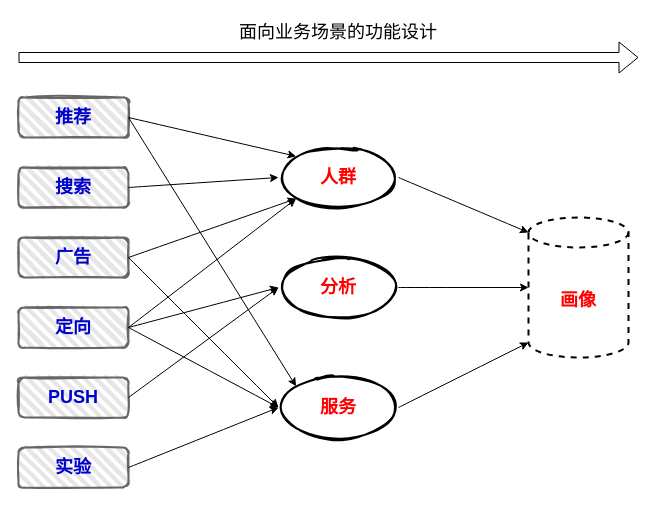
This is km_tx_2.drawio from learn2Pro/draw_io_save, a draw.io file, before an edit. Source tidied: cells renumbered, new cells numbered last; positions are measured from the earlier drawing's top-left corner, leaving out a move shared by most shapes. Both pictures are drawn from the tidied source at 100%, with x=0, y=0 at pixel (18, 17).
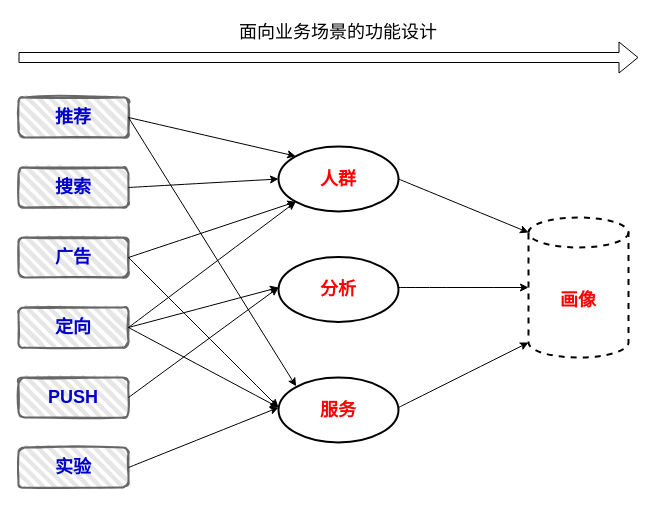
Above is the later version.

The change refers to these unchanged cells:
```xml
<mxCell id="2" value="&lt;font style=&quot;font-size: 18px&quot; color=&quot;#0000cc&quot;&gt;&lt;b&gt;推荐&lt;/b&gt;&lt;/font&gt;" style="rounded=1;whiteSpace=wrap;html=1;strokeWidth=2;fillWeight=4;hachureGap=8;hachureAngle=45;fillColor=#E6E6E6;sketch=1;fontColor=#333333;strokeColor=#666666;" parent="1" vertex="1">
  <mxGeometry y="80" width="110" height="40" as="geometry" />
</mxCell>
<mxCell id="4" value="&lt;font color=&quot;#0000cc&quot;&gt;&lt;span style=&quot;font-size: 18px&quot;&gt;&lt;b&gt;广告&lt;/b&gt;&lt;/span&gt;&lt;/font&gt;" style="rounded=1;whiteSpace=wrap;html=1;strokeWidth=2;fillWeight=4;hachureGap=8;hachureAngle=45;fillColor=#E6E6E6;sketch=1;fontColor=#333333;strokeColor=#666666;" parent="1" vertex="1">
  <mxGeometry y="220" width="110" height="40" as="geometry" />
</mxCell>
<mxCell id="5" value="&lt;font color=&quot;#0000cc&quot;&gt;&lt;span style=&quot;font-size: 18px&quot;&gt;&lt;b&gt;定向&lt;/b&gt;&lt;/span&gt;&lt;/font&gt;" style="rounded=1;whiteSpace=wrap;html=1;strokeWidth=2;fillWeight=4;hachureGap=8;hachureAngle=45;fillColor=#E6E6E6;sketch=1;fontColor=#333333;strokeColor=#666666;" parent="1" vertex="1">
  <mxGeometry y="290" width="110" height="40" as="geometry" />
</mxCell>
<mxCell id="6" value="&lt;font color=&quot;#0000cc&quot;&gt;&lt;span style=&quot;font-size: 18px&quot;&gt;&lt;b&gt;PUSH&lt;/b&gt;&lt;/span&gt;&lt;/font&gt;" style="rounded=1;whiteSpace=wrap;html=1;strokeWidth=2;fillWeight=4;hachureGap=8;hachureAngle=45;fillColor=#E6E6E6;sketch=1;fontColor=#333333;strokeColor=#666666;" parent="1" vertex="1">
  <mxGeometry y="360" width="110" height="40" as="geometry" />
</mxCell>
<mxCell id="7" value="&lt;font color=&quot;#0000cc&quot;&gt;&lt;span style=&quot;font-size: 18px&quot;&gt;&lt;b&gt;实验&lt;/b&gt;&lt;/span&gt;&lt;/font&gt;" style="rounded=1;whiteSpace=wrap;html=1;strokeWidth=2;fillWeight=4;hachureGap=8;hachureAngle=45;fillColor=#E6E6E6;sketch=1;fontColor=#333333;strokeColor=#666666;" parent="1" vertex="1">
  <mxGeometry y="430" width="110" height="40" as="geometry" />
</mxCell>
<mxCell id="21" value="&lt;b&gt;画像&lt;/b&gt;" style="shape=cylinder3;whiteSpace=wrap;html=1;boundedLbl=1;backgroundOutline=1;size=15;fontSize=18;fontColor=#FF0000;strokeColor=#000000;fillColor=#FFFFFF;strokeWidth=2;dashed=1;" parent="1" vertex="1">
  <mxGeometry x="510" y="200" width="100" height="140" as="geometry" />
</mxCell>
```

Change to the diagram source:
```diff
@@
-    <mxCell id="8" value="&lt;font color=&quot;#ff0000&quot;&gt;&lt;b&gt;人群&lt;/b&gt;&lt;/font&gt;" style="ellipse;whiteSpace=wrap;html=1;strokeWidth=2;fillWeight=2;hachureGap=8;fillColor=#FFFFFF;fillStyle=dots;sketch=1;fontSize=18;fontColor=#0000CC;" parent="1" vertex="1">
-      <mxGeometry x="260" y="130" width="120" height="60" as="geometry" />
-    </mxCell>
-    <mxCell id="9" value="&lt;font color=&quot;#ff0000&quot;&gt;&lt;b&gt;分析&lt;/b&gt;&lt;/font&gt;" style="ellipse;whiteSpace=wrap;html=1;strokeWidth=2;fillWeight=2;hachureGap=8;fillColor=#FFFFFF;fillStyle=dots;sketch=1;fontSize=18;fontColor=#0000CC;" parent="1" vertex="1">
-      <mxGeometry x="260" y="240" width="120" height="60" as="geometry" />
-    </mxCell>
-    <mxCell id="10" value="&lt;font color=&quot;#ff0000&quot;&gt;&lt;b&gt;服务&lt;/b&gt;&lt;/font&gt;" style="ellipse;whiteSpace=wrap;html=1;strokeWidth=2;fillWeight=2;hachureGap=8;fillColor=#FFFFFF;fillStyle=dots;sketch=1;fontSize=18;fontColor=#0000CC;strokeColor=#000000;" parent="1" vertex="1">
-      <mxGeometry x="260" y="360" width="120" height="60" as="geometry" />
-    </mxCell>
@@
-    <mxCell id="14" style="endArrow=classic;html=1;rounded=0;fontSize=18;fontColor=#FF0000;curved=1;exitX=1;exitY=0.5;exitDx=0;exitDy=0;entryX=0;entryY=0.5;entryDx=0;entryDy=0;" parent="1" edge="1" source="5" target="10">
-      <mxGeometry relative="1" as="geometry" />
+    <mxCell id="14" style="endArrow=classic;html=1;rounded=0;fontSize=18;fontColor=#FF0000;curved=1;exitX=1;exitY=0.5;exitDx=0;exitDy=0;entryX=0;entryY=0.5;entryDx=0;entryDy=0;" parent="1" edge="1" source="5">
+      <mxGeometry relative="1" as="geometry">
+        <mxPoint x="260" y="390" as="targetPoint" />
+      </mxGeometry>
     </mxCell>
-    <mxCell id="15" style="endArrow=classic;html=1;rounded=0;fontSize=18;fontColor=#FF0000;curved=1;exitX=1;exitY=0.5;exitDx=0;exitDy=0;entryX=0;entryY=0.5;entryDx=0;entryDy=0;" parent="1" edge="1" source="6" target="9">
-      <mxGeometry relative="1" as="geometry" />
+    <mxCell id="15" style="endArrow=classic;html=1;rounded=0;fontSize=18;fontColor=#FF0000;curved=1;exitX=1;exitY=0.5;exitDx=0;exitDy=0;entryX=0;entryY=0.5;entryDx=0;entryDy=0;" parent="1" edge="1" source="6">
+      <mxGeometry relative="1" as="geometry">
+        <mxPoint x="260" y="270" as="targetPoint" />
+      </mxGeometry>
     </mxCell>
-    <mxCell id="16" style="endArrow=classic;html=1;rounded=0;fontSize=18;fontColor=#FF0000;curved=1;exitX=1;exitY=0.5;exitDx=0;exitDy=0;entryX=0;entryY=0.5;entryDx=0;entryDy=0;" parent="1" edge="1" source="7" target="10">
-      <mxGeometry relative="1" as="geometry" />
+    <mxCell id="16" style="endArrow=classic;html=1;rounded=0;fontSize=18;fontColor=#FF0000;curved=1;exitX=1;exitY=0.5;exitDx=0;exitDy=0;entryX=0;entryY=0.5;entryDx=0;entryDy=0;" parent="1" edge="1" source="7">
+      <mxGeometry relative="1" as="geometry">
+        <mxPoint x="260" y="390" as="targetPoint" />
+      </mxGeometry>
     </mxCell>
-    <mxCell id="17" style="endArrow=classic;html=1;rounded=0;fontSize=18;fontColor=#FF0000;curved=1;exitX=1;exitY=0.5;exitDx=0;exitDy=0;entryX=0;entryY=0.5;entryDx=0;entryDy=0;" parent="1" edge="1" source="5" target="9">
-      <mxGeometry relative="1" as="geometry" />
+    <mxCell id="17" style="endArrow=classic;html=1;rounded=0;fontSize=18;fontColor=#FF0000;curved=1;exitX=1;exitY=0.5;exitDx=0;exitDy=0;entryX=0;entryY=0.5;entryDx=0;entryDy=0;" parent="1" edge="1" source="5">
+      <mxGeometry relative="1" as="geometry">
+        <mxPoint x="260" y="270" as="targetPoint" />
+      </mxGeometry>
     </mxCell>
@@
-    <mxCell id="19" style="endArrow=classic;html=1;rounded=0;fontSize=18;fontColor=#FF0000;curved=1;exitX=1;exitY=0.5;exitDx=0;exitDy=0;entryX=0;entryY=0.5;entryDx=0;entryDy=0;" parent="1" edge="1" source="4" target="10">
-      <mxGeometry relative="1" as="geometry" />
+    <mxCell id="19" style="endArrow=classic;html=1;rounded=0;fontSize=18;fontColor=#FF0000;curved=1;exitX=1;exitY=0.5;exitDx=0;exitDy=0;entryX=0;entryY=0.5;entryDx=0;entryDy=0;" parent="1" edge="1" source="4">
+      <mxGeometry relative="1" as="geometry">
+        <mxPoint x="260" y="390" as="targetPoint" />
+      </mxGeometry>
     </mxCell>
-    <mxCell id="20" style="endArrow=classic;html=1;rounded=0;fontSize=18;fontColor=#FF0000;curved=1;exitX=1;exitY=0.5;exitDx=0;exitDy=0;entryX=0;entryY=0;entryDx=0;entryDy=0;" parent="1" edge="1" source="2" target="10">
-      <mxGeometry relative="1" as="geometry" />
+    <mxCell id="20" style="endArrow=classic;html=1;rounded=0;fontSize=18;fontColor=#FF0000;curved=1;exitX=1;exitY=0.5;exitDx=0;exitDy=0;entryX=0;entryY=0;entryDx=0;entryDy=0;" parent="1" edge="1" source="2">
+      <mxGeometry relative="1" as="geometry">
+        <mxPoint x="277.6" y="368.8" as="targetPoint" />
+      </mxGeometry>
     </mxCell>
@@
-    <mxCell id="22" style="endArrow=classic;html=1;rounded=0;fontSize=18;fontColor=#FF0000;curved=1;exitX=1;exitY=0.5;exitDx=0;exitDy=0;entryX=0;entryY=0;entryDx=0;entryDy=15;entryPerimeter=0;" parent="1" edge="1" source="8" target="21">
+    <mxCell id="22" style="endArrow=classic;html=1;rounded=0;fontSize=18;fontColor=#FF0000;curved=1;entryX=0;entryY=0;entryDx=0;entryDy=15;entryPerimeter=0;exitX=1;exitY=0.5;exitDx=0;exitDy=0;" parent="1" edge="1" source="8" target="21">
       <mxGeometry relative="1" as="geometry" />
     </mxCell>
-    <mxCell id="23" style="endArrow=classic;html=1;rounded=0;fontSize=18;fontColor=#FF0000;curved=1;entryX=0;entryY=0.5;entryDx=0;entryDy=0;entryPerimeter=0;exitX=1;exitY=0.5;exitDx=0;exitDy=0;" parent="1" edge="1" source="9" target="21">
-      <mxGeometry relative="1" as="geometry" />
+    <mxCell id="23" style="endArrow=classic;html=1;rounded=0;fontSize=18;fontColor=#FF0000;curved=1;entryX=0;entryY=0.5;entryDx=0;entryDy=0;entryPerimeter=0;exitX=1;exitY=0.5;exitDx=0;exitDy=0;" parent="1" edge="1" target="21">
+      <mxGeometry relative="1" as="geometry">
+        <mxPoint x="380" y="270" as="sourcePoint" />
+      </mxGeometry>
     </mxCell>
-    <mxCell id="24" style="endArrow=classic;html=1;rounded=0;fontSize=18;fontColor=#FF0000;curved=1;exitX=1;exitY=0.5;exitDx=0;exitDy=0;entryX=0;entryY=1;entryDx=0;entryDy=-15;entryPerimeter=0;" parent="1" edge="1" source="10" target="21">
-      <mxGeometry relative="1" as="geometry" />
+    <mxCell id="24" style="endArrow=classic;html=1;rounded=0;fontSize=18;fontColor=#FF0000;curved=1;exitX=1;exitY=0.5;exitDx=0;exitDy=0;entryX=0;entryY=1;entryDx=0;entryDy=-15;entryPerimeter=0;" parent="1" edge="1" target="21">
+      <mxGeometry relative="1" as="geometry">
+        <mxPoint x="380" y="390" as="sourcePoint" />
+      </mxGeometry>
     </mxCell>
@@
+    <mxCell id="8" value="&lt;b style=&quot;color: rgb(255 , 0 , 0)&quot;&gt;人群&lt;/b&gt;" style="ellipse;whiteSpace=wrap;html=1;fontSize=18;fontColor=#000000;strokeColor=#000000;strokeWidth=2;fillColor=#FFFFFF;" parent="1" vertex="1">
+      <mxGeometry x="260" y="129" width="120" height="65" as="geometry" />
+    </mxCell>
+    <mxCell id="9" value="&lt;b style=&quot;color: rgb(255 , 0 , 0)&quot;&gt;分析&lt;/b&gt;" style="ellipse;whiteSpace=wrap;html=1;fontSize=18;fontColor=#000000;strokeColor=#000000;strokeWidth=2;fillColor=#FFFFFF;" parent="1" vertex="1">
+      <mxGeometry x="260" y="239.5" width="120" height="65" as="geometry" />
+    </mxCell>
+    <mxCell id="10" value="&lt;b style=&quot;color: rgb(255 , 0 , 0)&quot;&gt;服务&lt;/b&gt;" style="ellipse;whiteSpace=wrap;html=1;fontSize=18;fontColor=#000000;strokeColor=#000000;strokeWidth=2;fillColor=#FFFFFF;" parent="1" vertex="1">
+      <mxGeometry x="260" y="360" width="120" height="65" as="geometry" />
+    </mxCell>
```
